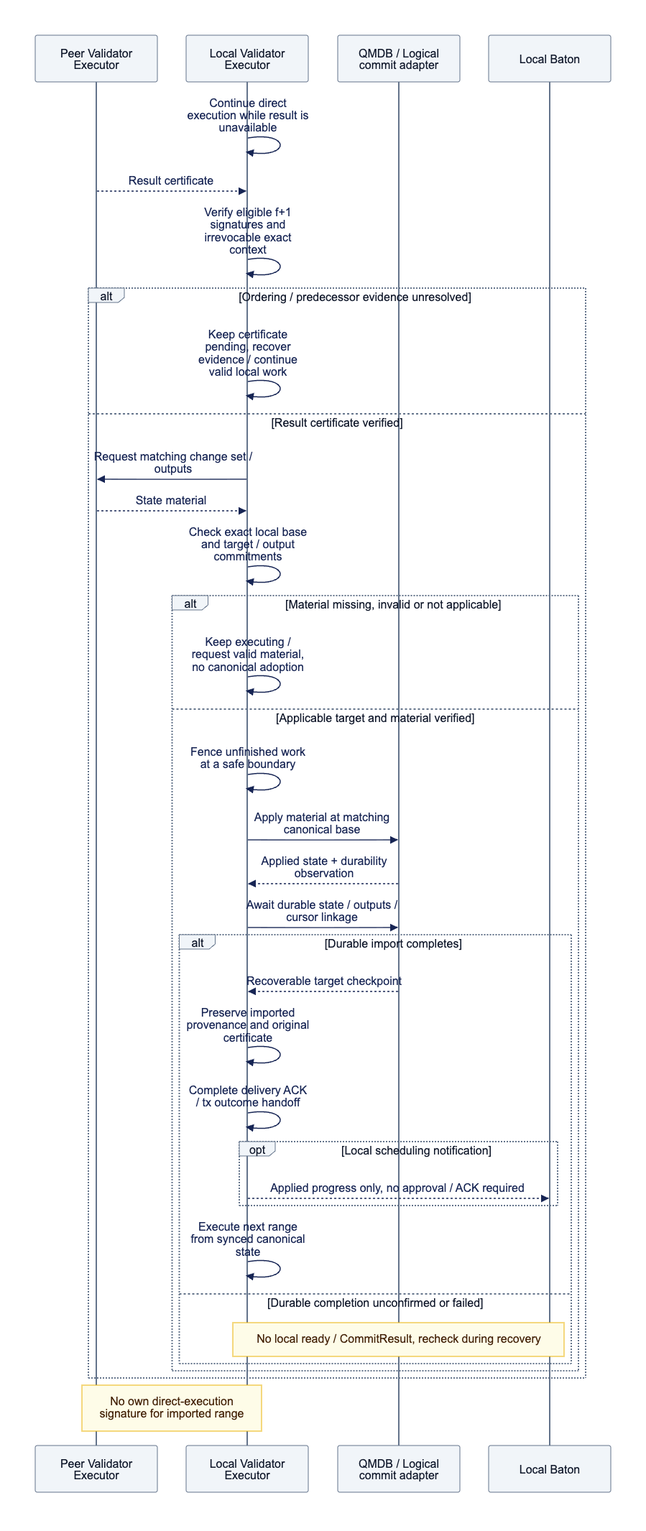
The Mermaid diagram docs/assets/diagrams/diagram-14.png in djm07073/baton-research, before a commit. Its source is kept beside it as docs/assets/diagrams/diagram-14.mmd.
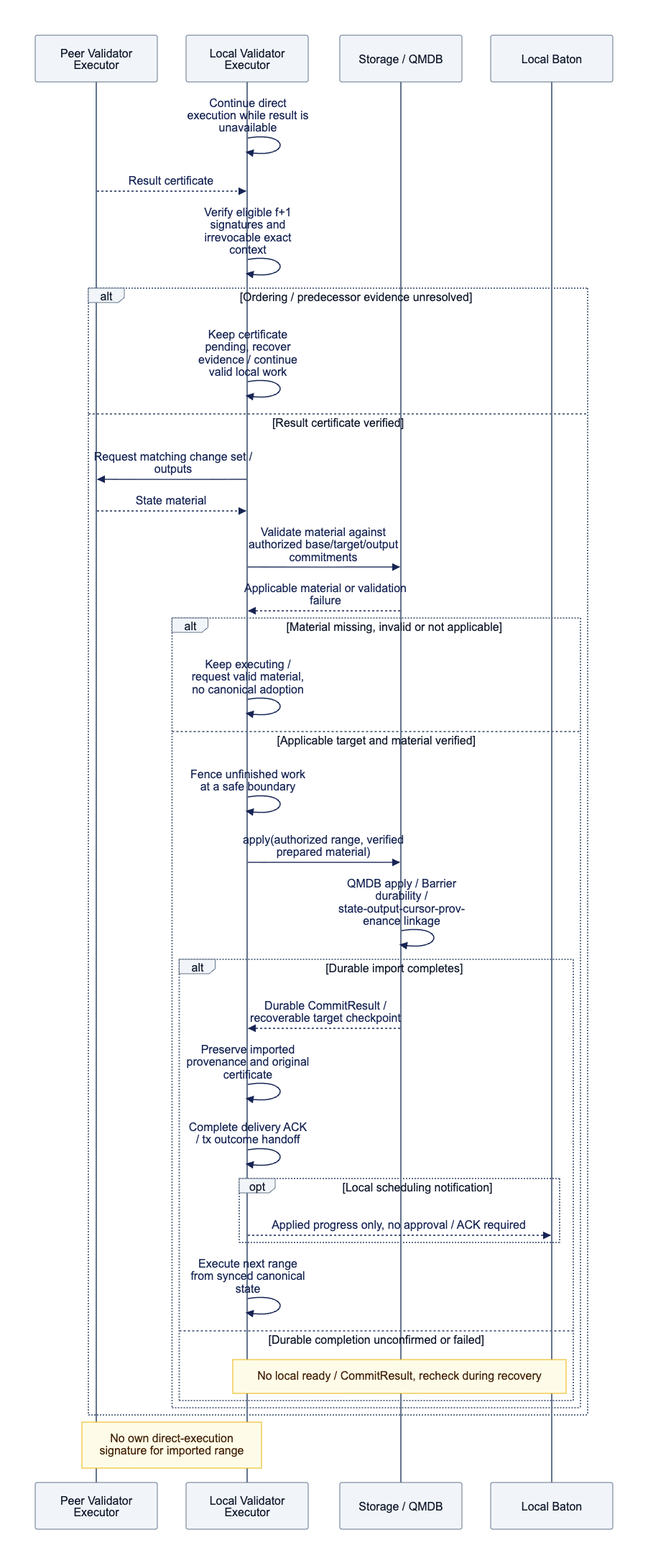
After the change.

Diff of the diagram source:
```diff
@@ -1,7 +1,7 @@
 sequenceDiagram
     participant P as Peer Validator Executor
     participant E as Local Validator Executor
-    participant Q as QMDB / Logical commit adapter
+    participant Q as Storage / QMDB
     participant B as Local Baton
     E->>E: Continue direct execution while result is unavailable
     P-->>E: Result certificate
@@ -11,16 +11,16 @@
     else Result certificate verified
         E->>P: Request matching change set / outputs
         P-->>E: State material
-        E->>E: Check exact local base and target / output commitments
+        E->>Q: Validate material against authorized base/target/output commitments
+        Q-->>E: Applicable material or validation failure
         alt Material missing, invalid or not applicable
             E->>E: Keep executing / request valid material, no canonical adoption
         else Applicable target and material verified
             E->>E: Fence unfinished work at a safe boundary
-            E->>Q: Apply material at matching canonical base
-            Q-->>E: Applied state + durability observation
-            E->>Q: Await durable state / outputs / cursor linkage
+            E->>Q: apply(authorized range, verified prepared material)
+            Q->>Q: QMDB apply / Barrier durability / state-output-cursor-provenance linkage
             alt Durable import completes
-                Q-->>E: Recoverable target checkpoint
+                Q-->>E: Durable CommitResult / recoverable target checkpoint
                 E->>E: Preserve imported provenance and original certificate
                 E->>E: Complete delivery ACK / tx outcome handoff
                 opt Local scheduling notification
```
